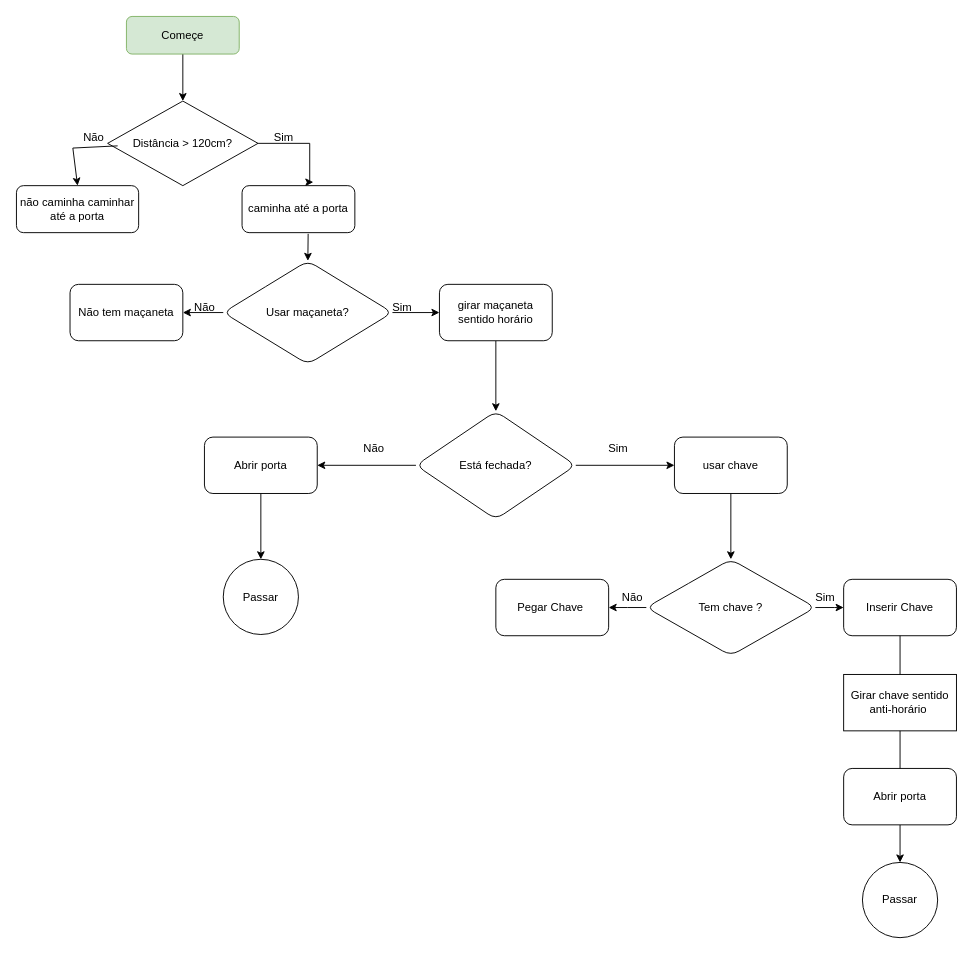
Earlier version of the draw.io diagram Estudo  sobre Control Flow.drawio (Ephebo/100DaysOfCode). Source tidied: cells renumbered, new cells numbered last; positions are measured from the earlier drawing's top-left corner, leaving out a move shared by most shapes. Both pictures are drawn from the tidied source at 94%, with x=0, y=0 at pixel (16, 16).
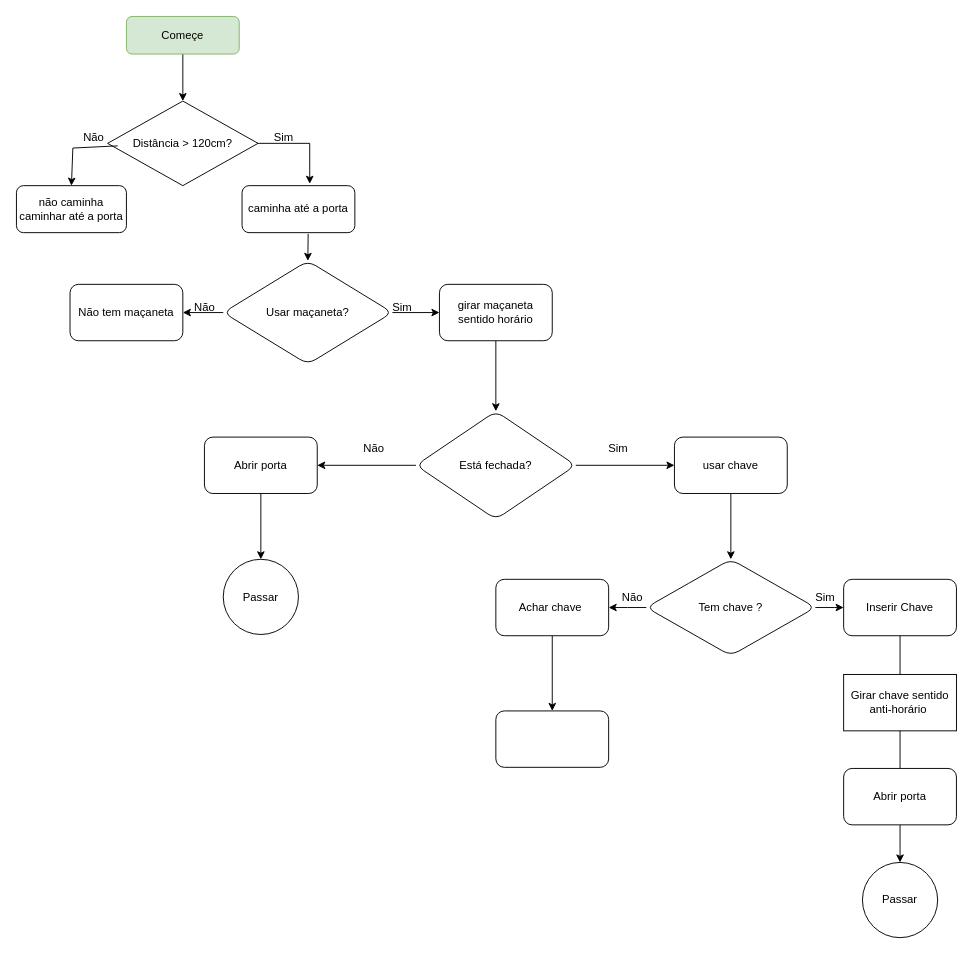
The same diagram, later.

Unchanged cells that the change refers to:
```xml
<mxCell id="3" value="Distância &amp;gt; 120cm?" style="rhombus;whiteSpace=wrap;html=1;" parent="1" vertex="1">
  <mxGeometry x="97" y="90" width="160" height="90" as="geometry" />
</mxCell>
<mxCell id="7" value="caminha até a porta" style="rounded=1;whiteSpace=wrap;html=1;" parent="1" vertex="1">
  <mxGeometry x="240" y="180" width="120" height="50" as="geometry" />
</mxCell>
```

Change to the diagram source:
```diff
@@
-    <mxCell id="2" style="edgeStyle=orthogonalEdgeStyle;rounded=0;jettySize=auto;html=1;entryX=0.632;entryY=-0.075;entryDx=0;entryDy=0;entryPerimeter=0;" parent="1" edge="1" source="3" target="7">
+    <mxCell id="2" style="edgeStyle=orthogonalEdgeStyle;rounded=0;jettySize=auto;html=1;entryX=0.6;entryY=-0.04;entryDx=0;entryDy=0;entryPerimeter=0;" parent="1" edge="1" source="3" target="7">
       <mxGeometry relative="1" as="geometry">
         <Array as="points">
           <mxPoint x="312" y="135" />
         </Array>
       </mxGeometry>
     </mxCell>
@@
     <mxCell id="6" value="não caminha caminhar até a porta" style="rounded=1;whiteSpace=wrap;html=1;" parent="1" vertex="1">
-      <mxGeometry y="180" width="130" height="50" as="geometry" />
+      <mxGeometry y="180" width="117" height="50" as="geometry" />
     </mxCell>
@@
+    <mxCell id="43" style="edgeStyle=orthogonalEdgeStyle;rounded=0;jettySize=auto;html=1;" parent="1" edge="1" source="35" target="44">
+      <mxGeometry relative="1" as="geometry" />
+    </mxCell>
-    <mxCell id="35" value="Pegar Chave&amp;nbsp;" style="whiteSpace=wrap;html=1;rounded=1;" parent="1" vertex="1">
+    <mxCell id="35" value="Achar chave&amp;nbsp;" style="whiteSpace=wrap;html=1;rounded=1;" parent="1" vertex="1">
       <mxGeometry x="510" y="598.8" width="120" height="60" as="geometry" />
     </mxCell>
@@
+    <mxCell id="44" style="whiteSpace=wrap;html=1;rounded=1;" parent="1" vertex="1">
+      <mxGeometry x="510" y="738.8" width="120" height="60" as="geometry" />
+    </mxCell>
```
